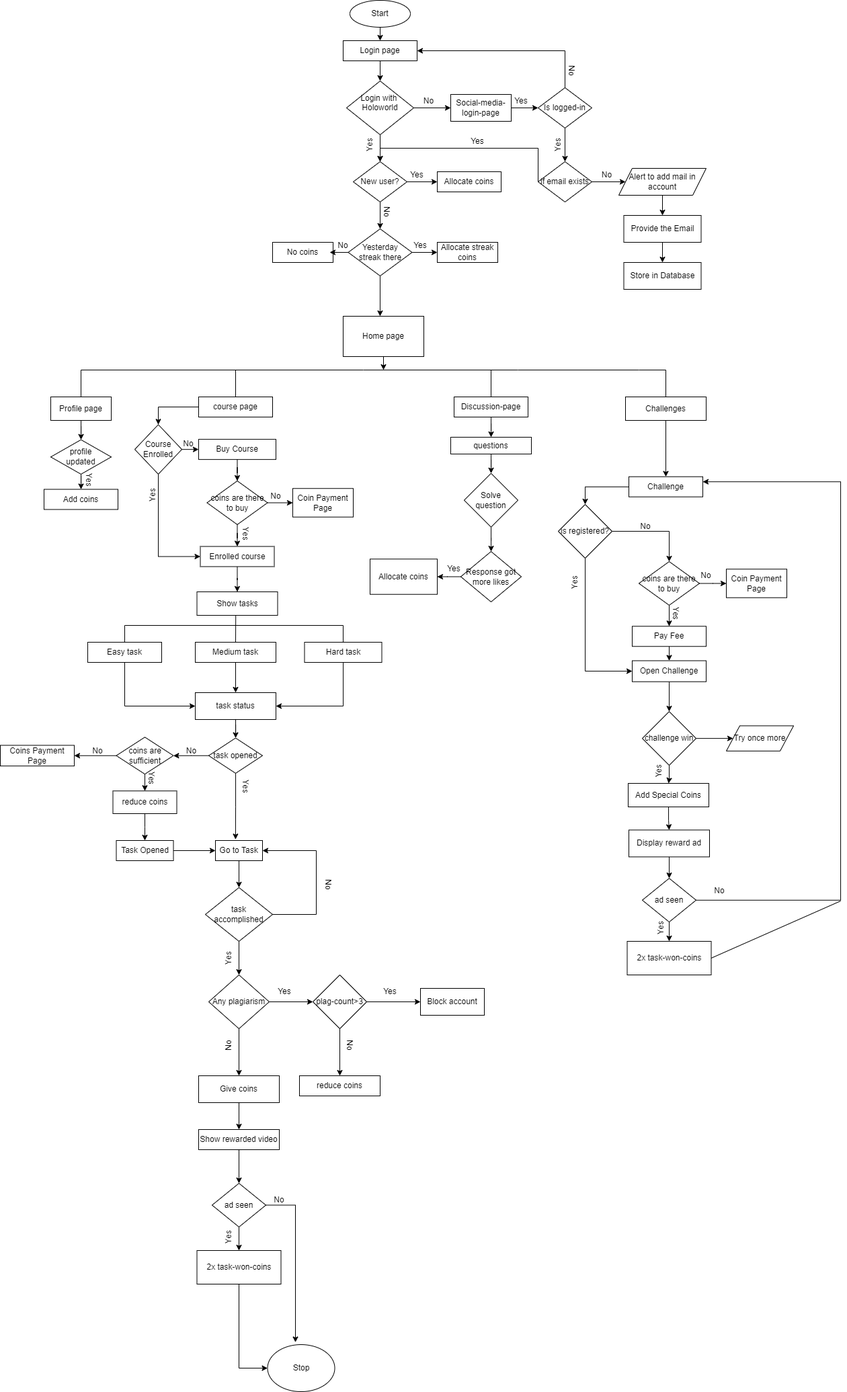
karthiksatish159/googleads keeps this draw.io diagram as public/Coin-flow-chart.drawio.png. Above is the earlier version. Source tidied: cells renumbered, new cells last; positions are measured from the earlier drawing's top-left corner, leaving out a move shared by most shapes.
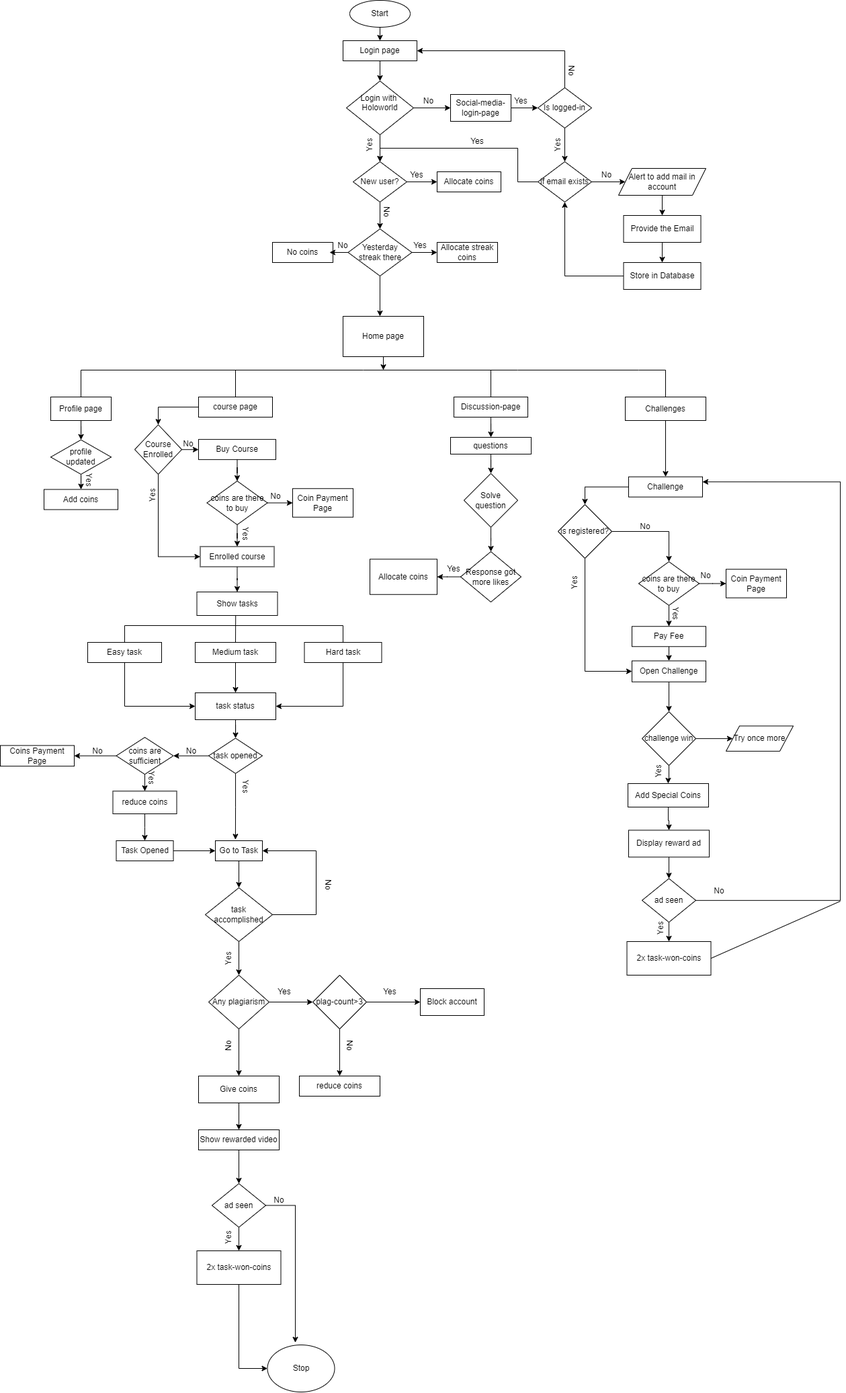
The same file after the commit.

Change to the diagram source:
```diff
@@ -31,7 +31,8 @@
     <mxCell id="10" style="edgeStyle=orthogonalEdgeStyle;rounded=0;jettySize=auto;html=1;exitX=0;exitY=0.5;exitDx=0;exitDy=0;entryX=0.5;entryY=0;entryDx=0;entryDy=0;" parent="1" edge="1" source="11" target="14">
       <mxGeometry relative="1" as="geometry">
         <Array as="points">
-          <mxPoint x="800" y="220" />
+          <mxPoint x="770" y="270" />
+          <mxPoint x="770" y="220" />
           <mxPoint x="565" y="220" />
         </Array>
       </mxGeometry>
@@ -276,6 +277,9 @@
     <mxCell id="85" value="Provide the Email" style="rounded=0;whiteSpace=wrap;html=1;" parent="1" vertex="1">
       <mxGeometry x="927.5" y="320" width="115" height="40" as="geometry" />
     </mxCell>
+    <mxCell id="176" style="edgeStyle=orthogonalEdgeStyle;rounded=0;jettySize=auto;html=1;entryX=0.5;entryY=1;entryDx=0;entryDy=0;" parent="1" edge="1" source="86" target="11">
+      <mxGeometry relative="1" as="geometry" />
+    </mxCell>
     <mxCell id="86" value="Store in Database" style="rounded=0;whiteSpace=wrap;html=1;" parent="1" vertex="1">
       <mxGeometry x="927.5" y="390" width="115" height="40" as="geometry" />
     </mxCell>
```
